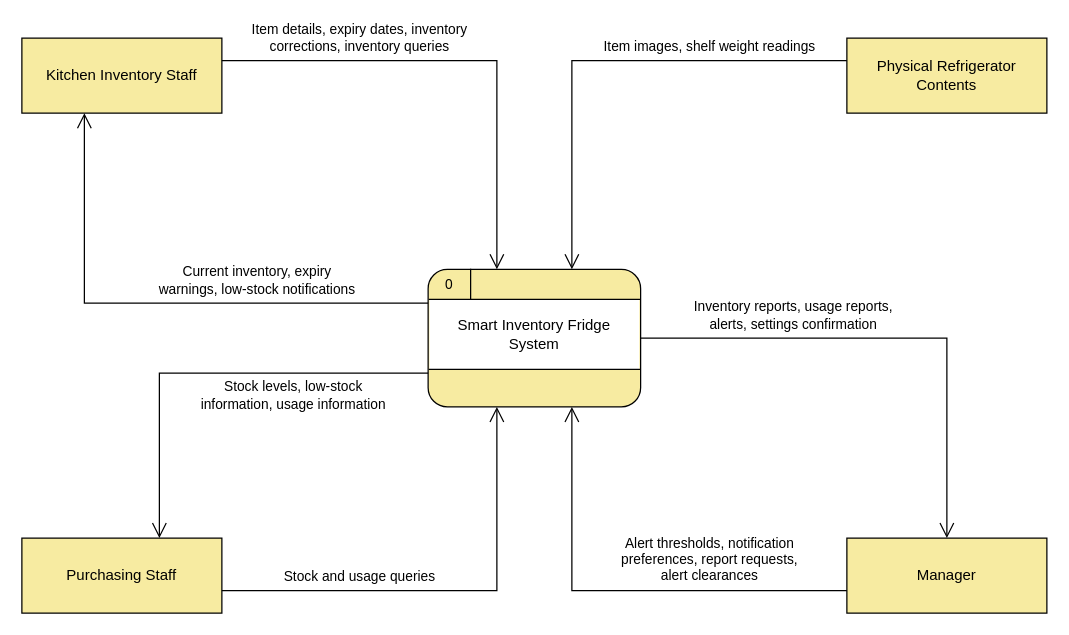
Above: docs/diagrams/context-dfd.drawio in Jatti045/SEG4105-Term-Project (draw.io), before the change. Source tidied: cells renumbered, new cells numbered last; positions are measured from the earlier drawing's top-left corner, leaving out a move shared by most shapes. Both pictures are drawn from the tidied source at 125%, with x=0, y=0 at pixel (21, 38).
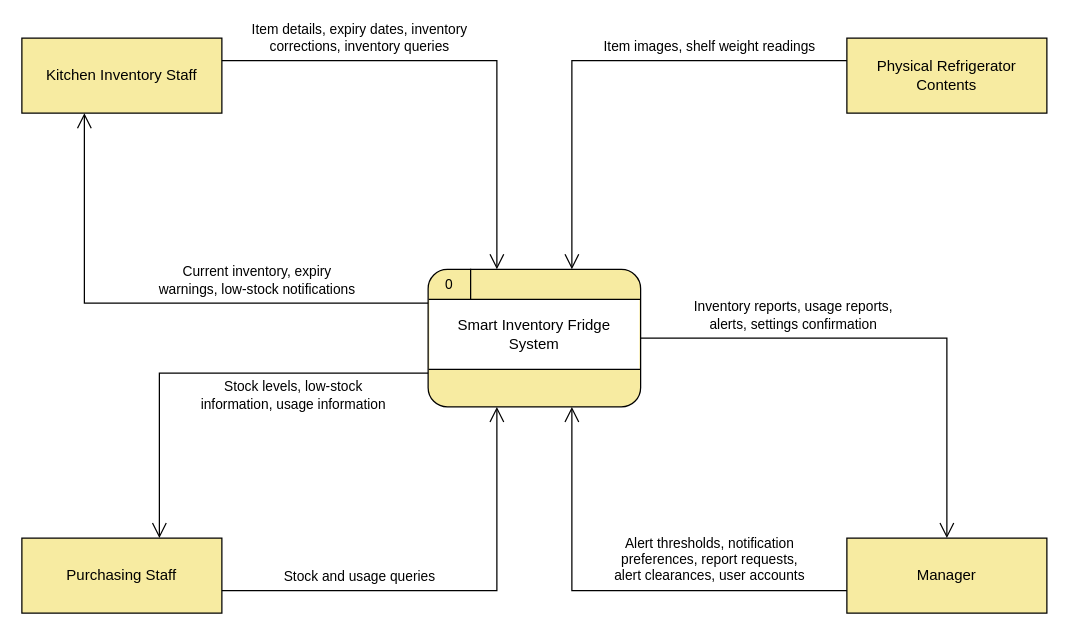
The same page after the edit.

Unchanged cells that the change refers to:
```xml
<mxCell id="2" style="rounded=1;arcSize=14;whiteSpace=wrap;html=1;fillColor=#F7EBA1;strokeColor=#000000;" parent="1" vertex="1">
  <mxGeometry x="325" y="185" width="170" height="110" as="geometry" />
</mxCell>
<mxCell id="7" value="Manager" style="rounded=0;whiteSpace=wrap;html=1;fillColor=#F7EBA1;strokeColor=#000000;fontSize=12;fontFamily=Helvetica;fontColor=#000000;" parent="1" vertex="1">
  <mxGeometry x="660" y="400" width="160" height="60" as="geometry" />
</mxCell>
```

Change to the diagram source:
```diff
@@
-    <mxCell id="13" value="Alert thresholds, notification&lt;br&gt;preferences, report requests,&lt;br&gt;alert clearances" style="edgeStyle=none;rounded=0;html=1;endArrow=open;endSize=10;startArrow=none;jumpStyle=arc;jumpSize=10;strokeColor=#000000;fontSize=11;fontFamily=Helvetica;fontColor=#000000;labelBackgroundColor=none;align=center;exitX=0.0000;exitY=0.7000;exitDx=0;exitDy=0;exitPerimeter=0;entryX=0.6765;entryY=1.0000;entryDx=0;entryDy=0;entryPerimeter=0;" parent="1" edge="1" source="7" target="2">
+    <mxCell id="13" value="Alert thresholds, notification&lt;br&gt;preferences, report requests,&lt;br&gt;alert clearances, user accounts" style="edgeStyle=none;rounded=0;html=1;endArrow=open;endSize=10;startArrow=none;jumpStyle=arc;jumpSize=10;strokeColor=#000000;fontSize=11;fontFamily=Helvetica;fontColor=#000000;labelBackgroundColor=none;align=center;exitX=0.0000;exitY=0.7000;exitDx=0;exitDy=0;exitPerimeter=0;entryX=0.6765;entryY=1.0000;entryDx=0;entryDy=0;entryPerimeter=0;" parent="1" edge="1" source="7" target="2">
       <mxGeometry x="-0.4" relative="1" as="geometry">
         <Array as="points">
           <mxPoint x="440" y="442" />
         </Array>
         <mxPoint y="-25" as="offset" />
       </mxGeometry>
     </mxCell>
```
